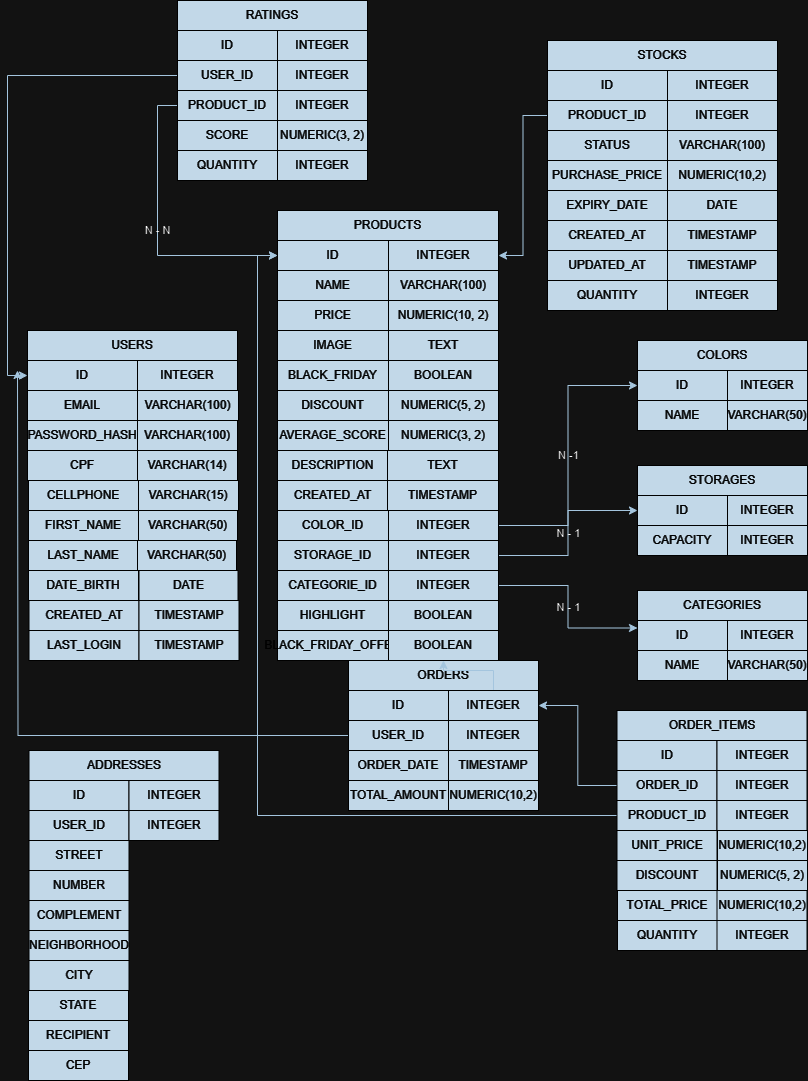
The draw.io diagram src/assets/diagrama-tabelas.png in lucas-cassimiro/smartstore-api, before a commit. Source tidied: cells renumbered, new cells last; positions are measured from the earlier drawing's top-left corner, leaving out a move shared by most shapes.
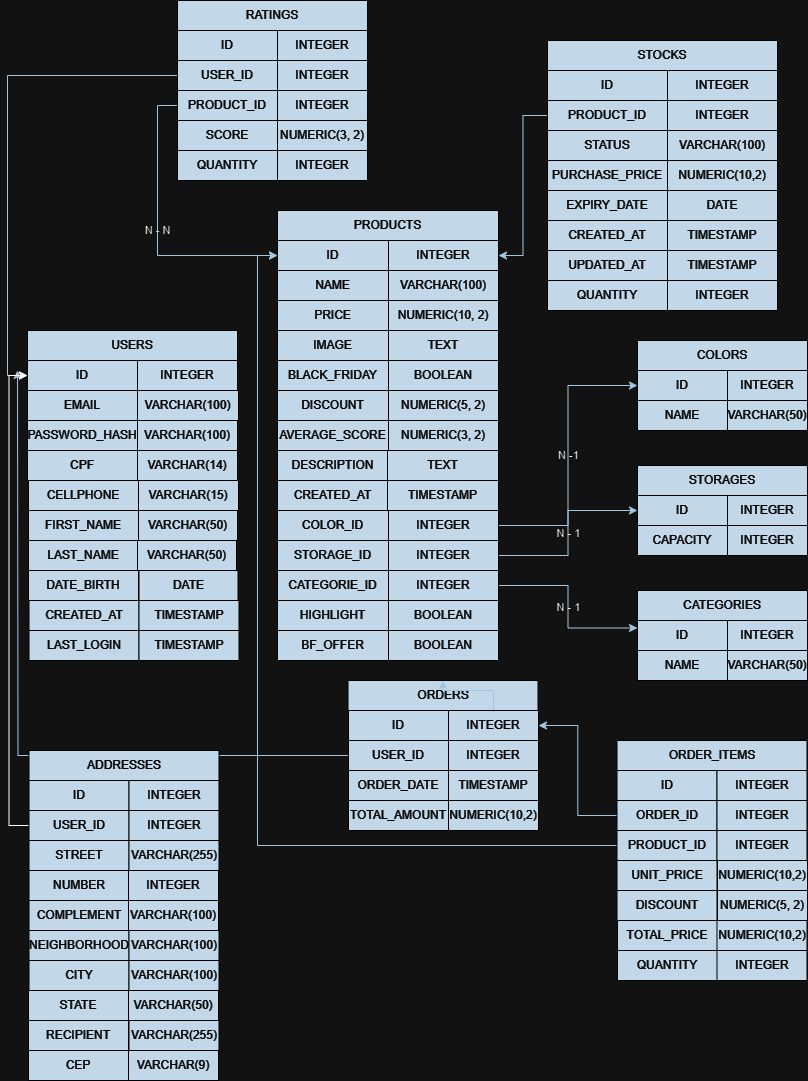
Above is the later version.

Commit message:
diagrama tabelas

What changed in the source:
```diff
@@ -258,16 +258,16 @@
       <mxGeometry x="121.5" y="630" width="100" height="30" as="geometry" />
     </mxCell>
     <mxCell id="87" value="ORDERS" style="rounded=0;whiteSpace=wrap;html=1;labelBackgroundColor=none;fillColor=#182E3E;strokeColor=#FFFFFF;fontColor=#FFFFFF;" parent="1" vertex="1">
-      <mxGeometry x="331" y="660" width="190" height="30" as="geometry" />
+      <mxGeometry x="330.5" y="680" width="190" height="30" as="geometry" />
     </mxCell>
     <mxCell id="88" value="ID" style="rounded=0;whiteSpace=wrap;html=1;labelBackgroundColor=none;fillColor=#182E3E;strokeColor=#FFFFFF;fontColor=#FFFFFF;" parent="1" vertex="1">
-      <mxGeometry x="331" y="690" width="100" height="30" as="geometry" />
+      <mxGeometry x="331" y="710" width="100" height="30" as="geometry" />
     </mxCell>
     <mxCell id="89" style="edgeStyle=orthogonalEdgeStyle;rounded=0;jettySize=auto;html=1;strokeColor=#23445D;" parent="1" edge="1" source="90" target="87">
       <mxGeometry relative="1" as="geometry" />
     </mxCell>
     <mxCell id="90" value="INTEGER" style="rounded=0;whiteSpace=wrap;html=1;labelBackgroundColor=none;fillColor=#182E3E;strokeColor=#FFFFFF;fontColor=#FFFFFF;" parent="1" vertex="1">
-      <mxGeometry x="431" y="690" width="90" height="30" as="geometry" />
+      <mxGeometry x="431" y="710" width="90" height="30" as="geometry" />
     </mxCell>
     <mxCell id="91" style="edgeStyle=orthogonalEdgeStyle;rounded=0;jettySize=auto;html=1;labelBackgroundColor=none;strokeColor=#23445D;fontColor=default;" parent="1" edge="1" source="92">
       <mxGeometry relative="1" as="geometry">
@@ -275,73 +275,73 @@
       </mxGeometry>
     </mxCell>
     <mxCell id="92" value="USER_ID" style="rounded=0;whiteSpace=wrap;html=1;labelBackgroundColor=none;fillColor=#182E3E;strokeColor=#FFFFFF;fontColor=#FFFFFF;" parent="1" vertex="1">
-      <mxGeometry x="331" y="720" width="100" height="30" as="geometry" />
+      <mxGeometry x="331" y="740" width="100" height="30" as="geometry" />
     </mxCell>
     <mxCell id="93" value="INTEGER" style="rounded=0;whiteSpace=wrap;html=1;labelBackgroundColor=none;fillColor=#182E3E;strokeColor=#FFFFFF;fontColor=#FFFFFF;" parent="1" vertex="1">
-      <mxGeometry x="431" y="720" width="90" height="30" as="geometry" />
+      <mxGeometry x="431" y="740" width="90" height="30" as="geometry" />
     </mxCell>
     <mxCell id="94" value="ORDER_DATE" style="rounded=0;whiteSpace=wrap;html=1;labelBackgroundColor=none;fillColor=#182E3E;strokeColor=#FFFFFF;fontColor=#FFFFFF;" parent="1" vertex="1">
-      <mxGeometry x="331" y="750" width="100" height="30" as="geometry" />
+      <mxGeometry x="331" y="770" width="100" height="30" as="geometry" />
     </mxCell>
     <mxCell id="95" value="TIMESTAMP" style="rounded=0;whiteSpace=wrap;html=1;labelBackgroundColor=none;fillColor=#182E3E;strokeColor=#FFFFFF;fontColor=#FFFFFF;" parent="1" vertex="1">
-      <mxGeometry x="431" y="750" width="90" height="30" as="geometry" />
+      <mxGeometry x="431" y="770" width="90" height="30" as="geometry" />
     </mxCell>
     <mxCell id="96" value="ORDER_ITEMS" style="rounded=0;whiteSpace=wrap;html=1;labelBackgroundColor=none;fillColor=#182E3E;strokeColor=#FFFFFF;fontColor=#FFFFFF;" parent="1" vertex="1">
-      <mxGeometry x="599.5" y="710" width="190" height="30" as="geometry" />
+      <mxGeometry x="599.5" y="740" width="190" height="30" as="geometry" />
     </mxCell>
     <mxCell id="97" value="ID" style="rounded=0;whiteSpace=wrap;html=1;labelBackgroundColor=none;fillColor=#182E3E;strokeColor=#FFFFFF;fontColor=#FFFFFF;" parent="1" vertex="1">
-      <mxGeometry x="599.5" y="740" width="100" height="30" as="geometry" />
+      <mxGeometry x="599.5" y="770" width="100" height="30" as="geometry" />
     </mxCell>
     <mxCell id="98" value="INTEGER" style="rounded=0;whiteSpace=wrap;html=1;labelBackgroundColor=none;fillColor=#182E3E;strokeColor=#FFFFFF;fontColor=#FFFFFF;" parent="1" vertex="1">
-      <mxGeometry x="699.5" y="740" width="90" height="30" as="geometry" />
+      <mxGeometry x="699.5" y="770" width="90" height="30" as="geometry" />
     </mxCell>
     <mxCell id="99" style="edgeStyle=orthogonalEdgeStyle;rounded=0;jettySize=auto;html=1;exitX=0;exitY=0.5;exitDx=0;exitDy=0;entryX=1;entryY=0.5;entryDx=0;entryDy=0;labelBackgroundColor=none;strokeColor=#23445D;fontColor=default;" parent="1" edge="1" source="100" target="90">
       <mxGeometry relative="1" as="geometry" />
     </mxCell>
     <mxCell id="100" value="ORDER_ID" style="rounded=0;whiteSpace=wrap;html=1;labelBackgroundColor=none;fillColor=#182E3E;strokeColor=#FFFFFF;fontColor=#FFFFFF;" parent="1" vertex="1">
-      <mxGeometry x="599.5" y="770" width="100" height="30" as="geometry" />
+      <mxGeometry x="599.5" y="800" width="100" height="30" as="geometry" />
     </mxCell>
     <mxCell id="101" value="INTEGER" style="rounded=0;whiteSpace=wrap;html=1;labelBackgroundColor=none;fillColor=#182E3E;strokeColor=#FFFFFF;fontColor=#FFFFFF;" parent="1" vertex="1">
-      <mxGeometry x="699.5" y="770" width="90" height="30" as="geometry" />
+      <mxGeometry x="699.5" y="800" width="90" height="30" as="geometry" />
     </mxCell>
     <mxCell id="102" style="edgeStyle=orthogonalEdgeStyle;rounded=0;jettySize=auto;html=1;exitX=0;exitY=0.5;exitDx=0;exitDy=0;entryX=0;entryY=0.5;entryDx=0;entryDy=0;labelBackgroundColor=none;strokeColor=#23445D;fontColor=default;" parent="1" edge="1" source="103" target="3">
       <mxGeometry relative="1" as="geometry" />
     </mxCell>
     <mxCell id="103" value="PRODUCT_ID" style="rounded=0;whiteSpace=wrap;html=1;labelBackgroundColor=none;fillColor=#182E3E;strokeColor=#FFFFFF;fontColor=#FFFFFF;" parent="1" vertex="1">
-      <mxGeometry x="599.5" y="800" width="100" height="30" as="geometry" />
+      <mxGeometry x="599.5" y="830" width="100" height="30" as="geometry" />
     </mxCell>
     <mxCell id="104" value="INTEGER" style="rounded=0;whiteSpace=wrap;html=1;labelBackgroundColor=none;fillColor=#182E3E;strokeColor=#FFFFFF;fontColor=#FFFFFF;" parent="1" vertex="1">
-      <mxGeometry x="699.5" y="800" width="90" height="30" as="geometry" />
+      <mxGeometry x="699.5" y="830" width="90" height="30" as="geometry" />
     </mxCell>
     <mxCell id="105" value="QUANTITY" style="rounded=0;whiteSpace=wrap;html=1;labelBackgroundColor=none;fillColor=#182E3E;strokeColor=#FFFFFF;fontColor=#FFFFFF;" parent="1" vertex="1">
-      <mxGeometry x="600" y="920" width="100" height="30" as="geometry" />
+      <mxGeometry x="600" y="950" width="100" height="30" as="geometry" />
     </mxCell>
     <mxCell id="106" value="INTEGER" style="rounded=0;whiteSpace=wrap;html=1;labelBackgroundColor=none;fillColor=#182E3E;strokeColor=#FFFFFF;fontColor=#FFFFFF;" parent="1" vertex="1">
-      <mxGeometry x="699.5" y="920" width="90" height="30" as="geometry" />
+      <mxGeometry x="699.5" y="950" width="90" height="30" as="geometry" />
     </mxCell>
     <mxCell id="107" value="UNIT_PRICE" style="rounded=0;whiteSpace=wrap;html=1;labelBackgroundColor=none;fillColor=#182E3E;strokeColor=#FFFFFF;fontColor=#FFFFFF;" parent="1" vertex="1">
-      <mxGeometry x="599.5" y="830" width="100" height="30" as="geometry" />
+      <mxGeometry x="599.5" y="860" width="100" height="30" as="geometry" />
     </mxCell>
     <mxCell id="108" value="NUMERIC(10,2)" style="rounded=0;whiteSpace=wrap;html=1;labelBackgroundColor=none;fillColor=#182E3E;strokeColor=#FFFFFF;fontColor=#FFFFFF;" parent="1" vertex="1">
-      <mxGeometry x="700" y="830" width="90" height="30" as="geometry" />
+      <mxGeometry x="700" y="860" width="90" height="30" as="geometry" />
     </mxCell>
     <mxCell id="109" value="TOTAL_AMOUNT" style="rounded=0;whiteSpace=wrap;html=1;labelBackgroundColor=none;fillColor=#182E3E;strokeColor=#FFFFFF;fontColor=#FFFFFF;" parent="1" vertex="1">
-      <mxGeometry x="331" y="780" width="100" height="30" as="geometry" />
+      <mxGeometry x="331" y="800" width="100" height="30" as="geometry" />
     </mxCell>
     <mxCell id="110" value="NUMERIC(10,2)" style="rounded=0;whiteSpace=wrap;html=1;labelBackgroundColor=none;fillColor=#182E3E;strokeColor=#FFFFFF;fontColor=#FFFFFF;" parent="1" vertex="1">
-      <mxGeometry x="431" y="780" width="90" height="30" as="geometry" />
+      <mxGeometry x="431" y="800" width="90" height="30" as="geometry" />
     </mxCell>
     <mxCell id="111" value="DISCOUNT" style="rounded=0;whiteSpace=wrap;html=1;labelBackgroundColor=none;fillColor=#182E3E;strokeColor=#FFFFFF;fontColor=#FFFFFF;" parent="1" vertex="1">
-      <mxGeometry x="599.5" y="860" width="100" height="30" as="geometry" />
+      <mxGeometry x="599.5" y="890" width="100" height="30" as="geometry" />
     </mxCell>
     <mxCell id="112" value="NUMERIC(5, 2)" style="rounded=0;whiteSpace=wrap;html=1;labelBackgroundColor=none;fillColor=#182E3E;strokeColor=#FFFFFF;fontColor=#FFFFFF;" parent="1" vertex="1">
-      <mxGeometry x="700" y="860" width="90" height="30" as="geometry" />
+      <mxGeometry x="700" y="890" width="90" height="30" as="geometry" />
     </mxCell>
     <mxCell id="113" value="TOTAL_PRICE" style="rounded=0;whiteSpace=wrap;html=1;labelBackgroundColor=none;fillColor=#182E3E;strokeColor=#FFFFFF;fontColor=#FFFFFF;" parent="1" vertex="1">
-      <mxGeometry x="600" y="890" width="100" height="30" as="geometry" />
+      <mxGeometry x="600" y="920" width="100" height="30" as="geometry" />
     </mxCell>
     <mxCell id="114" value="NUMERIC(10,2)" style="rounded=0;whiteSpace=wrap;html=1;labelBackgroundColor=none;fillColor=#182E3E;strokeColor=#FFFFFF;fontColor=#FFFFFF;" parent="1" vertex="1">
-      <mxGeometry x="699.5" y="890" width="90" height="30" as="geometry" />
+      <mxGeometry x="699.5" y="920" width="90" height="30" as="geometry" />
     </mxCell>
     <mxCell id="115" value="CPF" style="rounded=0;whiteSpace=wrap;html=1;labelBackgroundColor=none;fillColor=#182E3E;strokeColor=#FFFFFF;fontColor=#FFFFFF;" parent="1" vertex="1">
       <mxGeometry x="10" y="450" width="110" height="30" as="geometry" />
@@ -382,6 +382,9 @@
     <mxCell id="127" value="INTEGER" style="rounded=0;whiteSpace=wrap;html=1;labelBackgroundColor=none;fillColor=#182E3E;strokeColor=#FFFFFF;fontColor=#FFFFFF;" parent="1" vertex="1">
       <mxGeometry x="111.5" y="780" width="90" height="30" as="geometry" />
     </mxCell>
+    <mxCell id="142" style="edgeStyle=orthogonalEdgeStyle;rounded=0;jettySize=auto;html=1;exitX=0;exitY=0.5;exitDx=0;exitDy=0;entryX=0;entryY=0.5;entryDx=0;entryDy=0;" parent="1" edge="1" source="128" target="74">
+      <mxGeometry relative="1" as="geometry" />
+    </mxCell>
     <mxCell id="128" value="USER_ID" style="rounded=0;whiteSpace=wrap;html=1;labelBackgroundColor=none;fillColor=#182E3E;strokeColor=#FFFFFF;fontColor=#FFFFFF;" parent="1" vertex="1">
       <mxGeometry x="11.5" y="810" width="100" height="30" as="geometry" />
     </mxCell>
@@ -418,11 +421,35 @@
     <mxCell id="139" value="BOOLEAN" style="rounded=0;whiteSpace=wrap;html=1;labelBackgroundColor=none;fillColor=#182E3E;strokeColor=#FFFFFF;fontColor=#FFFFFF;" parent="1" vertex="1">
       <mxGeometry x="371" y="600" width="110" height="30" as="geometry" />
     </mxCell>
-    <mxCell id="140" value="BLACK_FRIDAY_OFFER" style="rounded=0;whiteSpace=wrap;html=1;labelBackgroundColor=none;fillColor=#182E3E;strokeColor=#FFFFFF;fontColor=#FFFFFF;" parent="1" vertex="1">
+    <mxCell id="140" value="BF_OFFER" style="rounded=0;whiteSpace=wrap;html=1;labelBackgroundColor=none;fillColor=#182E3E;strokeColor=#FFFFFF;fontColor=#FFFFFF;" parent="1" vertex="1">
       <mxGeometry x="260" y="630" width="111" height="30" as="geometry" />
     </mxCell>
     <mxCell id="141" value="BOOLEAN" style="rounded=0;whiteSpace=wrap;html=1;labelBackgroundColor=none;fillColor=#182E3E;strokeColor=#FFFFFF;fontColor=#FFFFFF;" parent="1" vertex="1">
       <mxGeometry x="371" y="630" width="110" height="30" as="geometry" />
     </mxCell>
+    <mxCell id="143" value="VARCHAR(255)" style="rounded=0;whiteSpace=wrap;html=1;labelBackgroundColor=none;fillColor=#182E3E;strokeColor=#FFFFFF;fontColor=#FFFFFF;" parent="1" vertex="1">
+      <mxGeometry x="111.5" y="840" width="90" height="30" as="geometry" />
+    </mxCell>
+    <mxCell id="144" value="INTEGER" style="rounded=0;whiteSpace=wrap;html=1;labelBackgroundColor=none;fillColor=#182E3E;strokeColor=#FFFFFF;fontColor=#FFFFFF;" parent="1" vertex="1">
+      <mxGeometry x="111" y="870" width="90" height="30" as="geometry" />
+    </mxCell>
+    <mxCell id="145" value="VARCHAR(100)" style="rounded=0;whiteSpace=wrap;html=1;labelBackgroundColor=none;fillColor=#182E3E;strokeColor=#FFFFFF;fontColor=#FFFFFF;" parent="1" vertex="1">
+      <mxGeometry x="111" y="900" width="90" height="30" as="geometry" />
+    </mxCell>
+    <mxCell id="146" value="VARCHAR(100)" style="rounded=0;whiteSpace=wrap;html=1;labelBackgroundColor=none;fillColor=#182E3E;strokeColor=#FFFFFF;fontColor=#FFFFFF;" parent="1" vertex="1">
+      <mxGeometry x="111.5" y="930" width="90" height="30" as="geometry" />
+    </mxCell>
+    <mxCell id="147" value="VARCHAR(100)" style="rounded=0;whiteSpace=wrap;html=1;labelBackgroundColor=none;fillColor=#182E3E;strokeColor=#FFFFFF;fontColor=#FFFFFF;" parent="1" vertex="1">
+      <mxGeometry x="111.5" y="960" width="90" height="30" as="geometry" />
+    </mxCell>
+    <mxCell id="148" value="VARCHAR(50)" style="rounded=0;whiteSpace=wrap;html=1;labelBackgroundColor=none;fillColor=#182E3E;strokeColor=#FFFFFF;fontColor=#FFFFFF;" parent="1" vertex="1">
+      <mxGeometry x="111" y="990" width="90" height="30" as="geometry" />
+    </mxCell>
+    <mxCell id="149" value="VARCHAR(255)" style="rounded=0;whiteSpace=wrap;html=1;labelBackgroundColor=none;fillColor=#182E3E;strokeColor=#FFFFFF;fontColor=#FFFFFF;" parent="1" vertex="1">
+      <mxGeometry x="111.5" y="1020" width="90" height="30" as="geometry" />
+    </mxCell>
+    <mxCell id="150" value="VARCHAR(9)" style="rounded=0;whiteSpace=wrap;html=1;labelBackgroundColor=none;fillColor=#182E3E;strokeColor=#FFFFFF;fontColor=#FFFFFF;" parent="1" vertex="1">
+      <mxGeometry x="111" y="1050" width="90" height="30" as="geometry" />
+    </mxCell>
   </root>
 </mxGraphModel>
```
